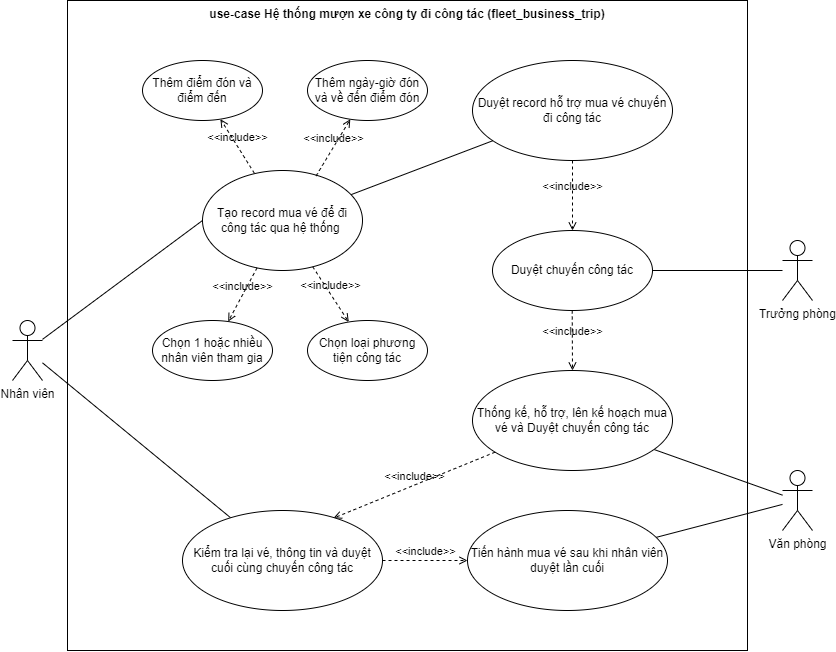
Above: uml-diargrams/uml_use-case_fleet_business_rent.png in NgoHuuNghia/odoo15-digitalocean (draw.io), before the change. Source tidied: cells renumbered, new cells last; positions are measured from the earlier drawing's top-left corner, leaving out a move shared by most shapes.
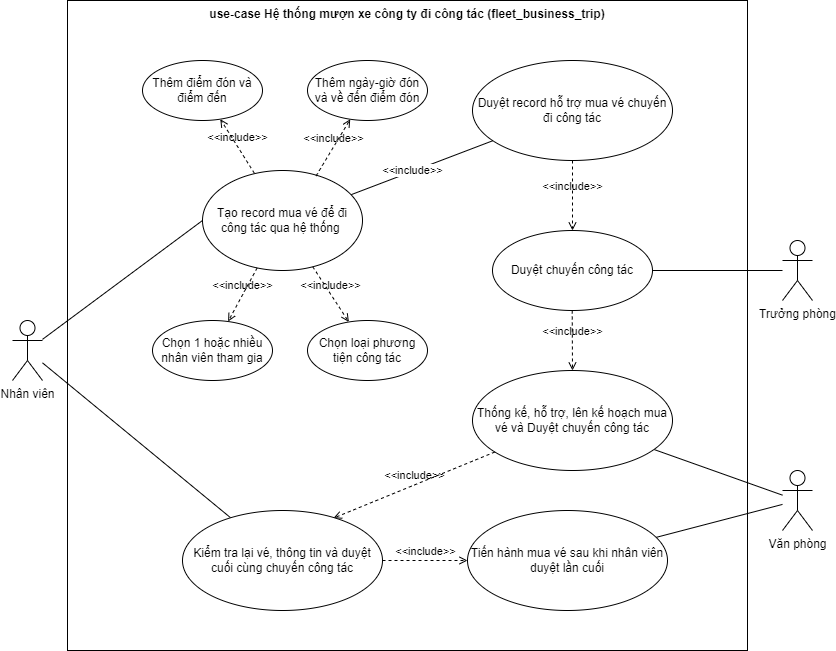
After the change.

The edit, as a diff of the source:
```diff
@@ -17,6 +17,11 @@
     <mxCell id="6" style="edgeStyle=none;html=1;endArrow=none;endFill=0;" parent="1" edge="1" source="7" target="16">
       <mxGeometry relative="1" as="geometry" />
     </mxCell>
+    <mxCell id="30" value="&amp;lt;&amp;lt;include&amp;gt;&amp;gt;" style="edgeLabel;html=1;align=center;verticalAlign=middle;" parent="6" vertex="1">
+      <mxGeometry x="0.14" y="1" relative="1" as="geometry">
+        <mxPoint x="-19" y="7" as="offset" />
+      </mxGeometry>
+    </mxCell>
     <mxCell id="7" value="Tạo record mua vé để đi công tác qua hệ thống&amp;nbsp;" style="ellipse;whiteSpace=wrap;html=1;" parent="1" vertex="1">
       <mxGeometry x="190" y="170" width="160" height="100" as="geometry" />
     </mxCell>
```
